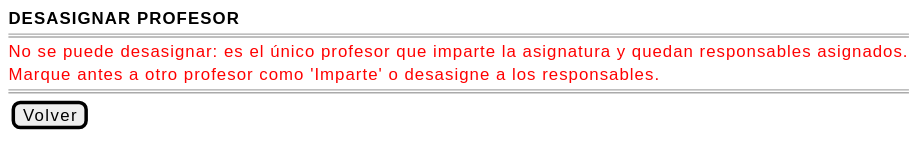
The PlantUML diagram images/RUP/01-requisitos/03-detalle-casos-uso/desasignarProfesorAsignaturaPrograma/wireframe-bloqueo.svg in mmasias/pyCeldaPublico, before a commit.
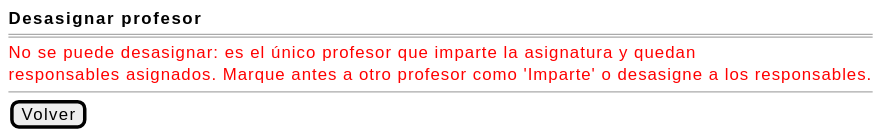
After the change.

Change to the diagram source:
```diff
@@ -1,10 +1,10 @@
 @startsalt desasignarProfesorAsignaturaPrograma-wireframe-bloqueo
 {
-    <b>DESASIGNAR PROFESOR</b>
+    <b>Desasignar profesor</b>
     ====
-    <color:red>No se puede desasignar: es el único profesor que imparte la asignatura y quedan responsables asignados.</color>
-    <color:red>Marque antes a otro profesor como 'Imparte' o desasigne a los responsables.</color>
-    ====
-    {[Volver]}
+    <color:red>No se puede desasignar: es el único profesor que imparte la asignatura y quedan</color>
+    <color:red>responsables asignados. Marque antes a otro profesor como 'Imparte' o desasigne a los responsables.</color>
+    --
+    [Volver]
 }
 @endsalt
```
